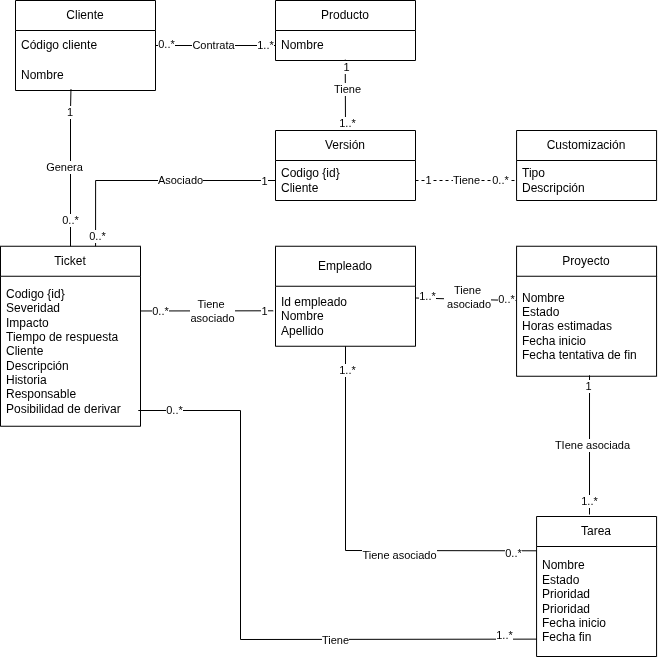
Earlier version of the draw.io export docs/Dominio/mdd.png (CrissRMFI/TPG-PSA). Source tidied: cells renumbered, new cells last; positions are measured from the earlier drawing's top-left corner, leaving out a move shared by most shapes.
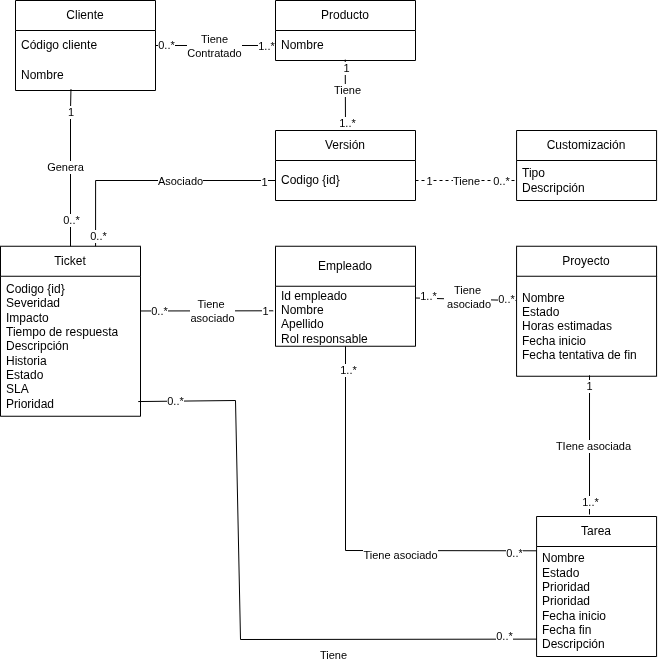
Later version of the same file.

Diff of the diagram source:
```diff
@@ -11,7 +11,7 @@
     <mxCell id="4" value="Tarea" style="swimlane;fontStyle=0;horizontal=1;startSize=30;whiteSpace=wrap;html=1;" parent="1" vertex="1">
       <mxGeometry x="536.1" y="516" width="120" height="140" as="geometry" />
     </mxCell>
-    <mxCell id="5" value="Nombre&lt;div&gt;Estado&lt;/div&gt;&lt;div&gt;Prioridad&lt;/div&gt;&lt;div&gt;Prioridad&lt;/div&gt;&lt;div&gt;Fecha inicio&lt;/div&gt;&lt;div&gt;Fecha fin&lt;/div&gt;" style="text;strokeColor=none;fillColor=none;align=left;verticalAlign=middle;spacingLeft=4;spacingRight=4;overflow=hidden;points=[[0,0.5],[1,0.5]];portConstraint=eastwest;whiteSpace=wrap;html=1;" parent="4" vertex="1">
+    <mxCell id="5" value="Nombre&lt;div&gt;Estado&lt;/div&gt;&lt;div&gt;Prioridad&lt;/div&gt;&lt;div&gt;Prioridad&lt;/div&gt;&lt;div&gt;Fecha inicio&lt;/div&gt;&lt;div&gt;Fecha fin&lt;/div&gt;&lt;div&gt;Descripción&lt;/div&gt;" style="text;strokeColor=none;fillColor=none;align=left;verticalAlign=middle;spacingLeft=4;spacingRight=4;overflow=hidden;points=[[0,0.5],[1,0.5]];portConstraint=eastwest;whiteSpace=wrap;html=1;" parent="4" vertex="1">
       <mxGeometry y="30" width="120" height="110" as="geometry" />
     </mxCell>
     <mxCell id="6" style="endArrow=none;html=1;rounded=0;entryX=0.521;entryY=0.991;entryDx=0;entryDy=0;entryPerimeter=0;" parent="1" edge="1" target="3">
@@ -43,15 +43,15 @@
       <mxGeometry x="-0.89" y="-2" relative="1" as="geometry" />
     </mxCell>
     <mxCell id="14" value="Ticket" style="swimlane;fontStyle=0;horizontal=1;startSize=30;whiteSpace=wrap;html=1;" parent="1" vertex="1">
-      <mxGeometry y="245.8" width="140" height="180" as="geometry" />
+      <mxGeometry y="245.8" width="140" height="170" as="geometry" />
     </mxCell>
-    <mxCell id="15" value="Codigo {id}&lt;div&gt;Severidad&lt;/div&gt;&lt;div&gt;Impacto&lt;/div&gt;&lt;div&gt;Tiempo de respuesta&lt;/div&gt;&lt;div&gt;Cliente&lt;/div&gt;&lt;div&gt;&lt;span style=&quot;background-color: transparent; color: light-dark(rgb(0, 0, 0), rgb(255, 255, 255));&quot;&gt;Descripción&amp;nbsp;&lt;/span&gt;&lt;/div&gt;&lt;div&gt;&lt;span style=&quot;background-color: transparent; color: light-dark(rgb(0, 0, 0), rgb(255, 255, 255));&quot;&gt;Historia&lt;/span&gt;&lt;/div&gt;&lt;div&gt;Responsable&lt;/div&gt;&lt;div&gt;Posibilidad de derivar&lt;/div&gt;" style="text;strokeColor=none;fillColor=none;align=left;verticalAlign=middle;spacingLeft=4;spacingRight=4;overflow=hidden;points=[[0,0.5],[1,0.5]];portConstraint=eastwest;whiteSpace=wrap;html=1;" parent="14" vertex="1">
-      <mxGeometry y="30" width="140" height="150" as="geometry" />
+    <mxCell id="15" value="Codigo {id}&lt;div&gt;Severidad&lt;/div&gt;&lt;div&gt;Impacto&lt;/div&gt;&lt;div&gt;Tiempo de respuesta&lt;/div&gt;&lt;div&gt;&lt;span style=&quot;background-color: transparent; color: light-dark(rgb(0, 0, 0), rgb(255, 255, 255));&quot;&gt;Descripción&amp;nbsp;&lt;/span&gt;&lt;/div&gt;&lt;div&gt;&lt;span style=&quot;background-color: transparent; color: light-dark(rgb(0, 0, 0), rgb(255, 255, 255));&quot;&gt;Historia&lt;/span&gt;&lt;/div&gt;&lt;div&gt;&lt;span style=&quot;background-color: transparent; color: light-dark(rgb(0, 0, 0), rgb(255, 255, 255));&quot;&gt;Estado&lt;/span&gt;&lt;/div&gt;&lt;div&gt;&lt;span style=&quot;background-color: transparent; color: light-dark(rgb(0, 0, 0), rgb(255, 255, 255));&quot;&gt;SLA&lt;/span&gt;&lt;/div&gt;&lt;div&gt;&lt;span style=&quot;background-color: transparent; color: light-dark(rgb(0, 0, 0), rgb(255, 255, 255));&quot;&gt;Prioridad&lt;/span&gt;&lt;/div&gt;" style="text;strokeColor=none;fillColor=none;align=left;verticalAlign=middle;spacingLeft=4;spacingRight=4;overflow=hidden;points=[[0,0.5],[1,0.5]];portConstraint=eastwest;whiteSpace=wrap;html=1;" parent="14" vertex="1">
+      <mxGeometry y="30" width="140" height="140" as="geometry" />
     </mxCell>
     <mxCell id="16" value="Versión" style="swimlane;fontStyle=0;horizontal=1;startSize=30;whiteSpace=wrap;html=1;" parent="1" vertex="1">
       <mxGeometry x="275" y="130" width="140" height="70" as="geometry" />
     </mxCell>
-    <mxCell id="17" value="&lt;div&gt;Codigo {id}&lt;/div&gt;Cliente" style="text;strokeColor=none;fillColor=none;align=left;verticalAlign=middle;spacingLeft=4;spacingRight=4;overflow=hidden;points=[[0,0.5],[1,0.5]];portConstraint=eastwest;whiteSpace=wrap;html=1;" parent="16" vertex="1">
+    <mxCell id="17" value="&lt;div&gt;Codigo {id}&lt;/div&gt;" style="text;strokeColor=none;fillColor=none;align=left;verticalAlign=middle;spacingLeft=4;spacingRight=4;overflow=hidden;points=[[0,0.5],[1,0.5]];portConstraint=eastwest;whiteSpace=wrap;html=1;" parent="16" vertex="1">
       <mxGeometry y="30" width="140" height="40" as="geometry" />
     </mxCell>
     <mxCell id="18" value="Producto" style="swimlane;fontStyle=0;horizontal=1;startSize=30;whiteSpace=wrap;html=1;" parent="1" vertex="1">
@@ -99,13 +99,13 @@
       <mxGeometry relative="1" as="geometry">
         <Array as="points">
           <mxPoint x="240" y="639" />
-          <mxPoint x="240" y="410" />
+          <mxPoint x="235" y="400" />
         </Array>
       </mxGeometry>
     </mxCell>
     <mxCell id="29" value="Tiene" style="edgeLabel;html=1;align=center;verticalAlign=middle;" parent="28" vertex="1">
       <mxGeometry x="0.25" relative="1" as="geometry">
-        <mxPoint x="95" y="96" as="offset" />
+        <mxPoint x="95" y="113" as="offset" />
       </mxGeometry>
     </mxCell>
     <mxCell id="30" value="0..*" style="edgeLabel;html=1;align=center;verticalAlign=middle;" parent="28" vertex="1">
@@ -116,7 +116,7 @@
     <mxCell id="31" value="&lt;span style=&quot;text-wrap: nowrap;&quot;&gt;Empleado&lt;/span&gt;" style="swimlane;fontStyle=0;horizontal=1;startSize=40;whiteSpace=wrap;html=1;" parent="1" vertex="1">
       <mxGeometry x="275" y="245.8" width="140" height="100" as="geometry" />
     </mxCell>
-    <mxCell id="32" value="&lt;div&gt;Id empleado&amp;nbsp;&lt;/div&gt;&lt;div&gt;&lt;span style=&quot;background-color: initial;&quot;&gt;Nombre&lt;/span&gt;&lt;br&gt;&lt;/div&gt;&lt;div&gt;Apellido&lt;/div&gt;" style="text;strokeColor=none;fillColor=none;align=left;verticalAlign=middle;spacingLeft=4;spacingRight=4;overflow=hidden;points=[[0,0.5],[1,0.5]];portConstraint=eastwest;whiteSpace=wrap;html=1;" parent="31" vertex="1">
+    <mxCell id="32" value="&lt;div&gt;Id empleado&amp;nbsp;&lt;/div&gt;&lt;div&gt;&lt;span style=&quot;background-color: initial;&quot;&gt;Nombre&lt;/span&gt;&lt;br&gt;&lt;/div&gt;&lt;div&gt;Apellido&lt;/div&gt;&lt;div&gt;Rol responsable&lt;/div&gt;" style="text;strokeColor=none;fillColor=none;align=left;verticalAlign=middle;spacingLeft=4;spacingRight=4;overflow=hidden;points=[[0,0.5],[1,0.5]];portConstraint=eastwest;whiteSpace=wrap;html=1;" parent="31" vertex="1">
       <mxGeometry y="40" width="140" height="60" as="geometry" />
     </mxCell>
     <mxCell id="33" style="endArrow=none;html=1;rounded=0;exitX=-0.002;exitY=0.039;exitDx=0;exitDy=0;exitPerimeter=0;entryX=0.5;entryY=1;entryDx=0;entryDy=0;" parent="1" edge="1" source="5" target="31">
@@ -175,7 +175,7 @@
         <mxPoint x="-23" y="4" as="offset" />
       </mxGeometry>
     </mxCell>
-    <mxCell id="45" value="1..*" style="edgeLabel;html=1;align=center;verticalAlign=middle;" parent="1" vertex="1">
+    <mxCell id="45" value="0..*" style="edgeLabel;html=1;align=center;verticalAlign=middle;" parent="1" vertex="1">
       <mxGeometry x="550" y="610" as="geometry">
         <mxPoint x="-46" y="25" as="offset" />
       </mxGeometry>
@@ -216,7 +216,7 @@
     <mxCell id="55" style="endArrow=none;html=1;rounded=0;entryX=0;entryY=0.5;entryDx=0;entryDy=0;exitX=1;exitY=0.5;exitDx=0;exitDy=0;edgeStyle=orthogonalEdgeStyle;" parent="1" edge="1" source="53" target="19">
       <mxGeometry relative="1" as="geometry" />
     </mxCell>
-    <mxCell id="56" value="Contrata" style="edgeLabel;html=1;align=center;verticalAlign=middle;" parent="55" vertex="1">
+    <mxCell id="56" value="Tiene&lt;div&gt;Contratado&lt;/div&gt;" style="edgeLabel;html=1;align=center;verticalAlign=middle;" parent="55" vertex="1">
       <mxGeometry x="0.05" relative="1" as="geometry">
         <mxPoint x="-5" as="offset" />
       </mxGeometry>
```
